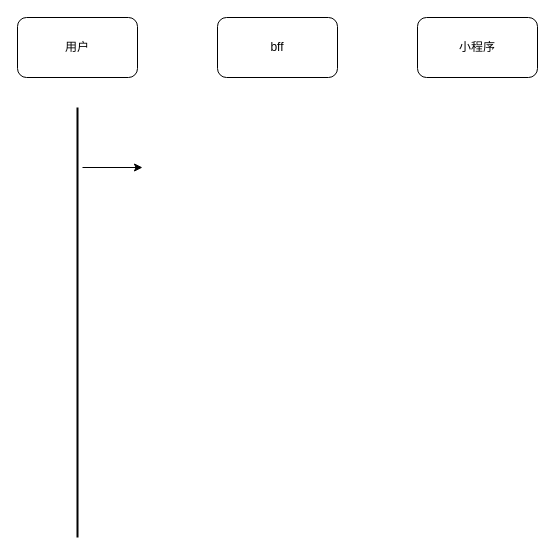
This is 未命名绘图.drawio from imnot2/imnot2.github.io, a draw.io file, before an edit. Source tidied: cells renumbered, new cells numbered last; positions are measured from the earlier drawing's top-left corner, leaving out a move shared by most shapes. Both pictures are drawn from the tidied source at 100%, with x=0, y=0 at pixel (17, 17).
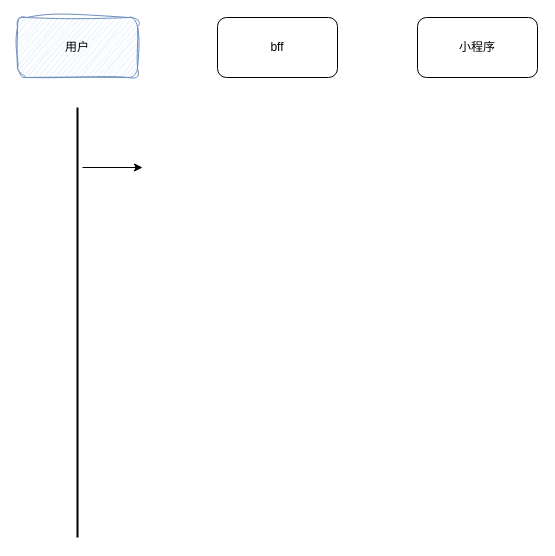
The same page after the edit.

Change to the diagram source:
```diff
@@
 <mxGraphModel>
   <root>
     <mxCell id="0" />
     <mxCell id="1" parent="0" />
-    <mxCell id="2" value="用户" style="rounded=1;whiteSpace=wrap;html=1;" parent="1" vertex="1">
+    <mxCell id="2" value="用户" style="rounded=1;whiteSpace=wrap;html=1;fillColor=#dae8fc;strokeColor=#6c8ebf;fillStyle=auto;sketch=1;curveFitting=1;jiggle=2;" parent="1" vertex="1">
       <mxGeometry width="120" height="60" as="geometry" />
     </mxCell>
     <mxCell id="3" value="bff" style="rounded=1;whiteSpace=wrap;html=1;" parent="1" vertex="1">
       <mxGeometry x="200" width="120" height="60" as="geometry" />
     </mxCell>
     <mxCell id="4" value="小程序" style="rounded=1;whiteSpace=wrap;html=1;" parent="1" vertex="1">
       <mxGeometry x="400" width="120" height="60" as="geometry" />
     </mxCell>
     <mxCell id="5" style="line;strokeWidth=2;direction=south;html=1;" parent="1" vertex="1">
       <mxGeometry x="55" y="90" width="10" height="430" as="geometry" />
     </mxCell>
     <mxCell id="6" style="endArrow=classic;html=1;rounded=0;" parent="1" edge="1">
       <mxGeometry relative="1" as="geometry">
         <mxPoint x="65" y="150" as="sourcePoint" />
         <mxPoint x="125" y="150" as="targetPoint" />
       </mxGeometry>
     </mxCell>
   </root>
 </mxGraphModel>
```
